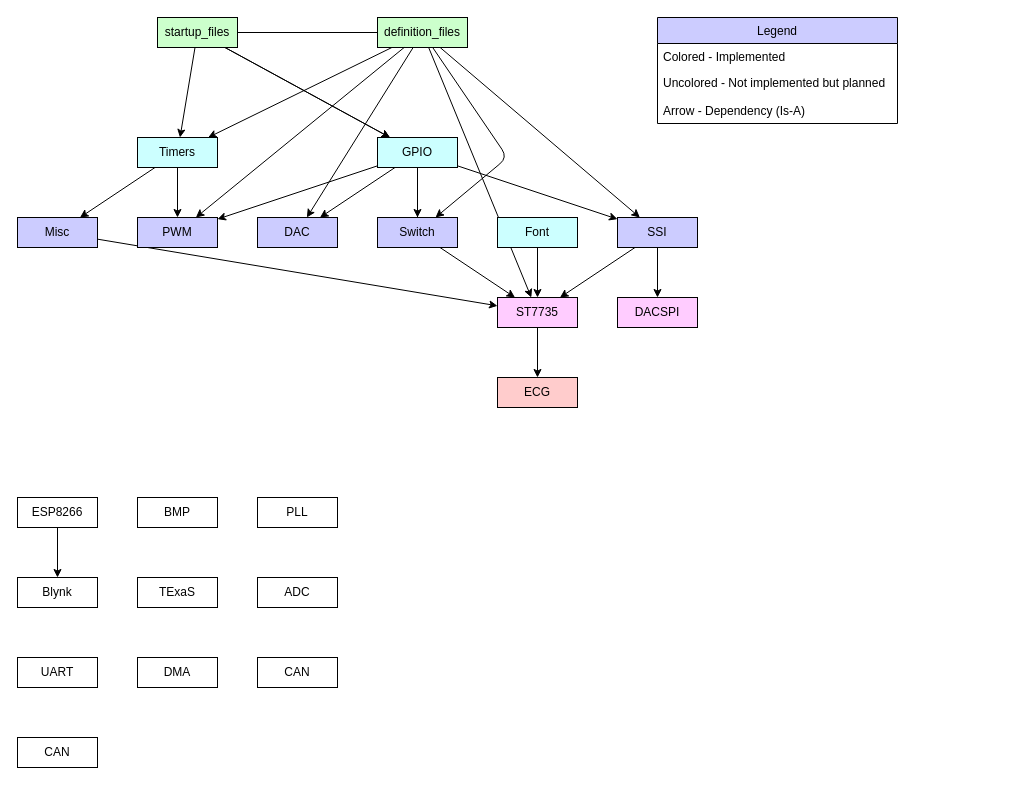
dimembermatt/TM4C123Drivers keeps this draw.io diagram as driver_dependencies.drawio. Above is the earlier version. Source tidied: cells renumbered, new cells numbered last; positions are measured from the earlier drawing's top-left corner, leaving out a move shared by most shapes. Both pictures are drawn from the tidied source at 100%, with x=0, y=0 at pixel (17, 17).
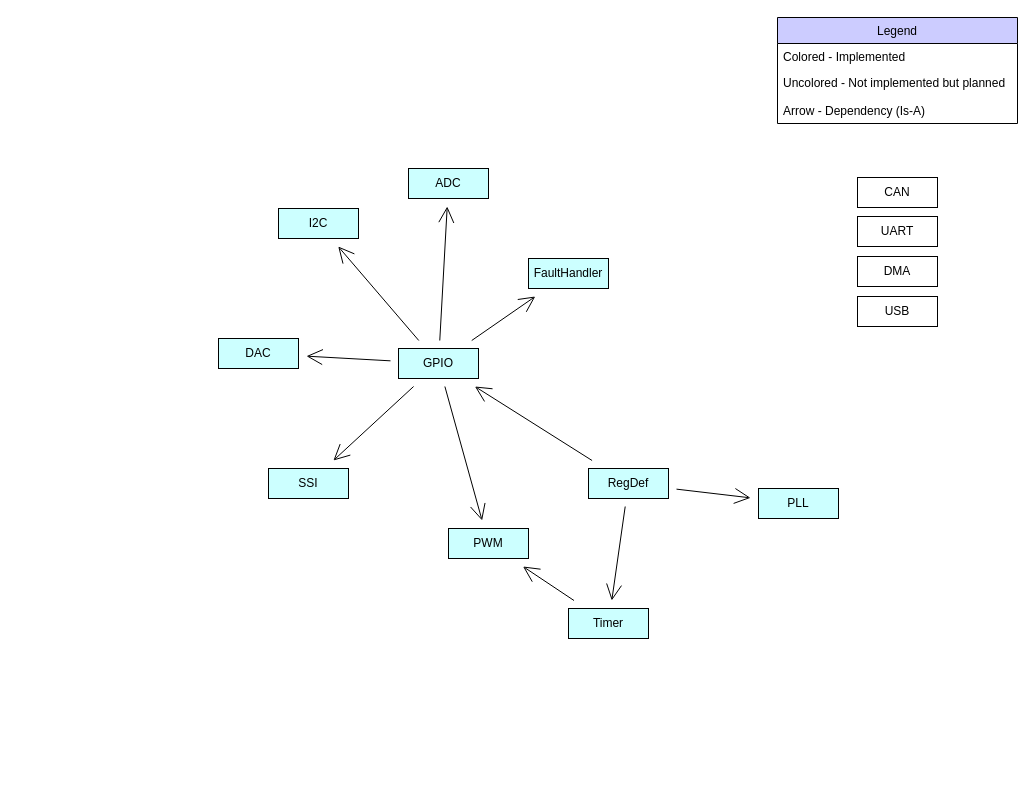
The same diagram, later.

Change to the diagram source:
```diff
@@
-    <mxCell id="2" value="GPIO" style="whiteSpace=wrap;html=1;fillColor=#CCFFFF;" parent="1" vertex="1">
-      <mxGeometry x="360" y="120" width="80" height="30" as="geometry" />
-    </mxCell>
-    <mxCell id="3" parent="1" edge="1" source="37" target="2">
-      <mxGeometry x="-371" y="-430" as="geometry" />
-    </mxCell>
-    <mxCell id="4" value="definition_files" style="whiteSpace=wrap;html=1;fillColor=#CCFFCC;" parent="1" vertex="1">
-      <mxGeometry x="360" width="90" height="30" as="geometry" />
-    </mxCell>
-    <mxCell id="5" style="startArrow=none;" parent="1" edge="1" source="37" target="2">
-      <mxGeometry x="-371" y="-430" as="geometry" />
-    </mxCell>
-    <mxCell id="6" value="Timers" style="whiteSpace=wrap;html=1;fillColor=#CCFFFF;" parent="1" vertex="1">
-      <mxGeometry x="120" y="120" width="80" height="30" as="geometry" />
-    </mxCell>
-    <mxCell id="7" value="Misc" style="whiteSpace=wrap;html=1;fillColor=#CCCCFF;" parent="1" vertex="1">
-      <mxGeometry y="200" width="80" height="30" as="geometry" />
-    </mxCell>
-    <mxCell id="8" parent="1" edge="1" source="6" target="7">
-      <mxGeometry x="-371" y="-430" as="geometry" />
-    </mxCell>
-    <mxCell id="9" parent="1" edge="1" source="37" target="6">
-      <mxGeometry x="-371" y="-430" as="geometry" />
-    </mxCell>
-    <mxCell id="10" parent="1" edge="1" source="4" target="6">
-      <mxGeometry x="-371" y="-430" as="geometry" />
-    </mxCell>
-    <mxCell id="11" parent="1" edge="1" source="4" target="39">
-      <mxGeometry x="-371" y="-430" as="geometry">
-        <Array as="points">
-          <mxPoint x="490" y="140" />
-        </Array>
-      </mxGeometry>
-    </mxCell>
-    <mxCell id="12" parent="1" edge="1" source="2" target="39">
-      <mxGeometry x="-371" y="-430" as="geometry" />
-    </mxCell>
-    <mxCell id="13" value="ST7735" style="whiteSpace=wrap;html=1;fillColor=#FFCCFF;" parent="1" vertex="1">
-      <mxGeometry x="480" y="280" width="80" height="30" as="geometry" />
-    </mxCell>
-    <mxCell id="14" value="ECG" style="whiteSpace=wrap;html=1;fillColor=#FFCCCC;" parent="1" vertex="1">
-      <mxGeometry x="480" y="360" width="80" height="30" as="geometry" />
-    </mxCell>
-    <mxCell id="15" parent="1" edge="1" source="13" target="14">
-      <mxGeometry x="-371" y="-430" as="geometry" />
-    </mxCell>
-    <mxCell id="16" parent="1" edge="1" source="4" target="13">
-      <mxGeometry x="-371" y="-430" as="geometry" />
-    </mxCell>
-    <mxCell id="17" style="startArrow=none;" parent="1" edge="1" source="39" target="13">
-      <mxGeometry x="-371" y="-430" as="geometry" />
-    </mxCell>
-    <mxCell id="18" value="Font" style="whiteSpace=wrap;html=1;fillColor=#CCFFFF;" parent="1" vertex="1">
-      <mxGeometry x="480" y="200" width="80" height="30" as="geometry" />
-    </mxCell>
-    <mxCell id="19" parent="1" edge="1" source="18" target="13">
-      <mxGeometry x="-371" y="-430" as="geometry" />
-    </mxCell>
-    <mxCell id="20" parent="1" edge="1" source="7" target="13">
-      <mxGeometry x="-371" y="-430" as="geometry" />
-    </mxCell>
-    <mxCell id="21" value="SSI" style="whiteSpace=wrap;html=1;fillColor=#CCCCFF;" parent="1" vertex="1">
-      <mxGeometry x="600" y="200" width="80" height="30" as="geometry" />
-    </mxCell>
-    <mxCell id="22" parent="1" edge="1" source="21" target="13">
-      <mxGeometry x="-371" y="-430" as="geometry" />
-    </mxCell>
-    <mxCell id="23" parent="1" edge="1" source="4" target="21">
-      <mxGeometry x="-371" y="-430" as="geometry" />
-    </mxCell>
-    <mxCell id="24" parent="1" edge="1" source="2" target="21">
-      <mxGeometry x="-371" y="-430" as="geometry" />
-    </mxCell>
-    <mxCell id="25" value="PWM" style="whiteSpace=wrap;html=1;fillColor=#CCCCFF;" parent="1" vertex="1">
-      <mxGeometry x="120" y="200" width="80" height="30" as="geometry" />
-    </mxCell>
-    <mxCell id="26" parent="1" edge="1" source="2" target="25">
-      <mxGeometry x="-371" y="-430" as="geometry" />
-    </mxCell>
-    <mxCell id="27" parent="1" edge="1" source="6" target="25">
-      <mxGeometry x="-371" y="-430" as="geometry" />
-    </mxCell>
-    <mxCell id="28" parent="1" edge="1" source="4" target="25">
-      <mxGeometry x="-371" y="-430" as="geometry" />
-    </mxCell>
-    <mxCell id="29" value="DAC" style="whiteSpace=wrap;html=1;fillColor=#CCCCFF;" parent="1" vertex="1">
-      <mxGeometry x="240" y="200" width="80" height="30" as="geometry" />
-    </mxCell>
-    <mxCell id="30" parent="1" edge="1" source="4" target="29">
-      <mxGeometry x="-371" y="-430" as="geometry" />
-    </mxCell>
-    <mxCell id="31" parent="1" edge="1" source="2" target="29">
-      <mxGeometry x="-371" y="-430" as="geometry" />
-    </mxCell>
-    <mxCell id="32" value="DACSPI" style="whiteSpace=wrap;html=1;fillColor=#FFCCFF;" parent="1" vertex="1">
-      <mxGeometry x="600" y="280" width="80" height="30" as="geometry" />
-    </mxCell>
-    <mxCell id="33" parent="1" edge="1" source="21" target="32">
-      <mxGeometry x="-371" y="-430" as="geometry" />
-    </mxCell>
-    <mxCell id="34" value="ESP8266" style="whiteSpace=wrap;html=1;" parent="1" vertex="1">
-      <mxGeometry y="480" width="80" height="30" as="geometry" />
-    </mxCell>
-    <mxCell id="35" value="Blynk" style="whiteSpace=wrap;html=1;" parent="1" vertex="1">
-      <mxGeometry y="560" width="80" height="30" as="geometry" />
-    </mxCell>
-    <mxCell id="36" parent="1" edge="1" source="34" target="35">
-      <mxGeometry x="229" y="69" as="geometry" />
-    </mxCell>
-    <mxCell id="37" value="startup_files" style="whiteSpace=wrap;html=1;fillColor=#CCFFCC;" parent="1" vertex="1">
-      <mxGeometry x="140" width="80" height="30" as="geometry" />
-    </mxCell>
-    <mxCell id="38" style="endArrow=none;" parent="1" edge="1" source="4" target="37">
-      <mxGeometry x="-371" y="-430" as="geometry" />
-    </mxCell>
-    <mxCell id="39" value="Switch" style="whiteSpace=wrap;html=1;fillColor=#CCCCFF;" parent="1" vertex="1">
-      <mxGeometry x="360" y="200" width="80" height="30" as="geometry" />
-    </mxCell>
-    <mxCell id="40" style="endArrow=none;" parent="1" edge="1" source="2" target="39">
-      <mxGeometry x="-371" y="-430" as="geometry" />
-    </mxCell>
-    <mxCell id="41" value="BMP" style="whiteSpace=wrap;html=1;" parent="1" vertex="1">
-      <mxGeometry x="120" y="480" width="80" height="30" as="geometry" />
-    </mxCell>
-    <mxCell id="42" value="PLL" style="whiteSpace=wrap;html=1;" parent="1" vertex="1">
-      <mxGeometry x="240" y="480" width="80" height="30" as="geometry" />
-    </mxCell>
-    <mxCell id="43" value="TExaS" style="whiteSpace=wrap;html=1;" parent="1" vertex="1">
-      <mxGeometry x="120" y="560" width="80" height="30" as="geometry" />
-    </mxCell>
-    <mxCell id="44" value="ADC" style="whiteSpace=wrap;html=1;" parent="1" vertex="1">
-      <mxGeometry x="240" y="560" width="80" height="30" as="geometry" />
-    </mxCell>
-    <mxCell id="45" value="UART" style="whiteSpace=wrap;html=1;" parent="1" vertex="1">
-      <mxGeometry y="640" width="80" height="30" as="geometry" />
-    </mxCell>
-    <mxCell id="46" value="DMA" style="whiteSpace=wrap;html=1;" parent="1" vertex="1">
-      <mxGeometry x="120" y="640" width="80" height="30" as="geometry" />
-    </mxCell>
-    <mxCell id="47" value="CAN" style="whiteSpace=wrap;html=1;" parent="1" vertex="1">
-      <mxGeometry x="240" y="640" width="80" height="30" as="geometry" />
-    </mxCell>
-    <mxCell id="48" value="CAN" style="whiteSpace=wrap;html=1;" parent="1" vertex="1">
-      <mxGeometry y="720" width="80" height="30" as="geometry" />
-    </mxCell>
     <mxCell id="49" value="Legend" style="swimlane;fontStyle=0;horizontal=1;startSize=26;fillColor=#CCCCFF;" parent="1" vertex="1">
-      <mxGeometry x="640" width="240" height="106" as="geometry" />
+      <mxGeometry x="760" width="240" height="106" as="geometry" />
     </mxCell>
@@
+    <mxCell id="2" value="GPIO" style="whiteSpace=wrap;html=1;hachureGap=4;fillColor=#CCFFFF;" parent="1" vertex="1">
+      <mxGeometry x="381" y="331" width="80" height="30" as="geometry" />
+    </mxCell>
+    <mxCell id="53" value="FaultHandler" style="whiteSpace=wrap;html=1;hachureGap=4;fillColor=#CCFFFF;" parent="1" vertex="1">
+      <mxGeometry x="511" y="241" width="80" height="30" as="geometry" />
+    </mxCell>
+    <mxCell id="54" style="endArrow=open;startSize=14;endSize=14;sourcePerimeterSpacing=8;targetPerimeterSpacing=8;" parent="1" edge="1" source="2" target="53">
+      <mxGeometry x="240" y="190" as="geometry" />
+    </mxCell>
+    <mxCell id="55" value="RegDef" style="whiteSpace=wrap;html=1;hachureGap=4;fillColor=#CCFFFF;" parent="1" vertex="1">
+      <mxGeometry x="571" y="451" width="80" height="30" as="geometry" />
+    </mxCell>
+    <mxCell id="56" value="Timer" style="whiteSpace=wrap;html=1;hachureGap=4;fillColor=#CCFFFF;" parent="1" vertex="1">
+      <mxGeometry x="551" y="591" width="80" height="30" as="geometry" />
+    </mxCell>
+    <mxCell id="57" style="endArrow=open;startSize=14;endSize=14;sourcePerimeterSpacing=8;targetPerimeterSpacing=8;" parent="1" edge="1" source="55" target="56">
+      <mxGeometry x="240" y="190" as="geometry" />
+    </mxCell>
+    <mxCell id="58" style="endArrow=open;startSize=14;endSize=14;sourcePerimeterSpacing=8;targetPerimeterSpacing=8;" parent="1" edge="1" source="55" target="2">
+      <mxGeometry x="240" y="190" as="geometry" />
+    </mxCell>
+    <mxCell id="42" value="PLL" style="whiteSpace=wrap;html=1;hachureGap=4;fillColor=#CCFFFF;" parent="1" vertex="1">
+      <mxGeometry x="741" y="471" width="80" height="30" as="geometry" />
+    </mxCell>
+    <mxCell id="59" style="endArrow=open;startSize=14;endSize=14;sourcePerimeterSpacing=8;targetPerimeterSpacing=8;" parent="1" edge="1" source="55" target="42">
+      <mxGeometry x="240" y="190" as="geometry" />
+    </mxCell>
+    <mxCell id="44" value="ADC" style="whiteSpace=wrap;html=1;hachureGap=4;fillColor=#CCFFFF;" parent="1" vertex="1">
+      <mxGeometry x="391" y="151" width="80" height="30" as="geometry" />
+    </mxCell>
+    <mxCell id="60" style="endArrow=open;startSize=14;endSize=14;sourcePerimeterSpacing=8;targetPerimeterSpacing=8;" parent="1" edge="1" source="2" target="44">
+      <mxGeometry x="240" y="190" as="geometry" />
+    </mxCell>
+    <mxCell id="29" value="DAC" style="whiteSpace=wrap;html=1;hachureGap=4;fillColor=#CCFFFF;" parent="1" vertex="1">
+      <mxGeometry x="201" y="321" width="80" height="30" as="geometry" />
+    </mxCell>
+    <mxCell id="31" style="endArrow=open;startSize=14;endSize=14;sourcePerimeterSpacing=8;targetPerimeterSpacing=8;" parent="1" edge="1" source="2" target="29">
+      <mxGeometry x="240" y="190" as="geometry" />
+    </mxCell>
+    <mxCell id="21" value="SSI" style="whiteSpace=wrap;html=1;hachureGap=4;fillColor=#CCFFFF;" parent="1" vertex="1">
+      <mxGeometry x="251" y="451" width="80" height="30" as="geometry" />
+    </mxCell>
+    <mxCell id="24" style="endArrow=open;startSize=14;endSize=14;sourcePerimeterSpacing=8;targetPerimeterSpacing=8;" parent="1" edge="1" source="2" target="21">
+      <mxGeometry x="240" y="190" as="geometry" />
+    </mxCell>
+    <mxCell id="25" value="PWM" style="whiteSpace=wrap;html=1;hachureGap=4;fillColor=#CCFFFF;" parent="1" vertex="1">
+      <mxGeometry x="431" y="511" width="80" height="30" as="geometry" />
+    </mxCell>
+    <mxCell id="26" style="endArrow=open;startSize=14;endSize=14;sourcePerimeterSpacing=8;targetPerimeterSpacing=8;" parent="1" edge="1" source="2" target="25">
+      <mxGeometry x="240" y="190" as="geometry" />
+    </mxCell>
+    <mxCell id="61" style="endArrow=open;startSize=14;endSize=14;sourcePerimeterSpacing=8;targetPerimeterSpacing=8;" parent="1" edge="1" source="56" target="25">
+      <mxGeometry x="240" y="190" as="geometry" />
+    </mxCell>
+    <mxCell id="62" value="I2C" style="whiteSpace=wrap;html=1;hachureGap=4;fillColor=#CCFFFF;" parent="1" vertex="1">
+      <mxGeometry x="261" y="191" width="80" height="30" as="geometry" />
+    </mxCell>
+    <mxCell id="63" style="endArrow=open;startSize=14;endSize=14;sourcePerimeterSpacing=8;targetPerimeterSpacing=8;" parent="1" edge="1" source="2" target="62">
+      <mxGeometry x="240" y="190" as="geometry" />
+    </mxCell>
+    <mxCell id="64" value="CAN" style="whiteSpace=wrap;html=1;hachureGap=4;fillColor=none;" parent="1" vertex="1">
+      <mxGeometry x="840" y="160" width="80" height="30" as="geometry" />
+    </mxCell>
+    <mxCell id="45" value="UART" style="whiteSpace=wrap;html=1;hachureGap=4;fillColor=none;" parent="1" vertex="1">
+      <mxGeometry x="840" y="199" width="80" height="30" as="geometry" />
+    </mxCell>
+    <mxCell id="46" value="DMA" style="whiteSpace=wrap;html=1;hachureGap=4;fillColor=none;" parent="1" vertex="1">
+      <mxGeometry x="840" y="239" width="80" height="30" as="geometry" />
+    </mxCell>
+    <mxCell id="65" value="USB" style="whiteSpace=wrap;html=1;hachureGap=4;fillColor=none;" parent="1" vertex="1">
+      <mxGeometry x="840" y="279" width="80" height="30" as="geometry" />
+    </mxCell>
```
